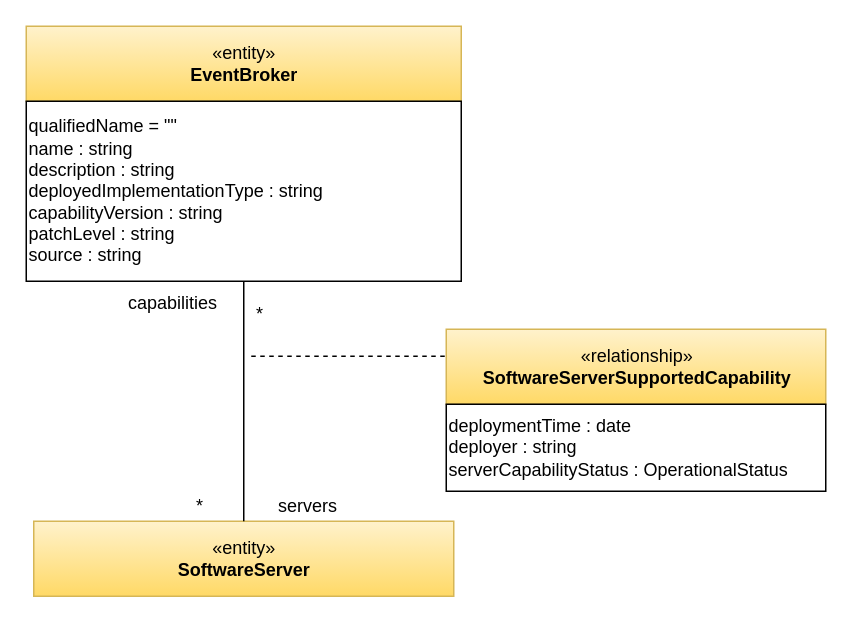
Earlier version of the draw.io diagram page "event-broker" (15 of 16) of site/docs/services/omas/it-infrastructure/it-infrastructure-omas.drawio (odpi/egeria-docs). Source tidied: cells renumbered, new cells numbered last; positions are measured from the earlier drawing's top-left corner, leaving out a move shared by most shapes. Both pictures are drawn from the tidied source at 150%, with x=0, y=0 at pixel (26, 26).
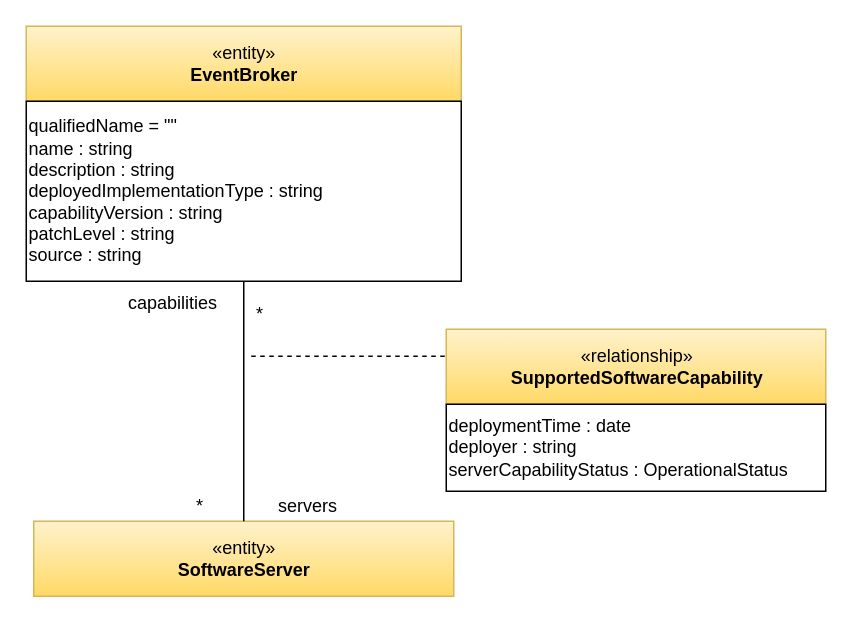
The same page after the edit.

What changed in the source:
```diff
@@
 <mxGraphModel>
   <root>
     <mxCell id="0" />
     <mxCell id="1" parent="0" />
     <mxCell id="2" value="«entity»&lt;br&gt;&lt;b&gt;EventBroker&lt;/b&gt;" style="html=1;strokeColor=#d6b656;align=center;fillColor=#fff2cc;gradientColor=#ffd966;" parent="1" vertex="1">
       <mxGeometry width="290" height="50" as="geometry" />
     </mxCell>
     <mxCell id="3" value="qualifiedName = &quot;&quot;&lt;br&gt;name : string&lt;br&gt;description : string&lt;br&gt;deployedImplementationType : string&lt;br&gt;capabilityVersion : string&lt;br&gt;patchLevel : string&lt;br&gt;source : string" style="rounded=0;whiteSpace=wrap;html=1;strokeColor=#000000;gradientColor=#ffffff;align=left;" parent="1" vertex="1">
       <mxGeometry y="50" width="290" height="120" as="geometry" />
     </mxCell>
     <mxCell id="4" value="«entity»&lt;br&gt;&lt;b&gt;SoftwareServer&lt;/b&gt;" style="html=1;strokeColor=#d6b656;align=center;fillColor=#fff2cc;gradientColor=#ffd966;" parent="1" vertex="1">
       <mxGeometry x="5" y="330" width="280" height="50" as="geometry" />
     </mxCell>
     <mxCell id="5" style="endArrow=none;html=1;exitX=0.5;exitY=1;exitDx=0;exitDy=0;" parent="1" edge="1" source="3" target="4">
       <mxGeometry relative="1" as="geometry" />
     </mxCell>
-    <mxCell id="6" value="«relationship»&lt;br&gt;&lt;b&gt;SoftwareServerSupportedCapability&lt;/b&gt;" style="html=1;strokeColor=#d6b656;align=center;fillColor=#fff2cc;gradientColor=#ffd966;" parent="1" vertex="1">
+    <mxCell id="6" value="«relationship»&lt;br&gt;&lt;b&gt;SupportedSoftwareCapability&lt;/b&gt;" style="html=1;strokeColor=#d6b656;align=center;fillColor=#fff2cc;gradientColor=#ffd966;" parent="1" vertex="1">
       <mxGeometry x="280" y="202" width="253" height="50" as="geometry" />
     </mxCell>
     <mxCell id="7" style="endArrow=none;dashed=1;html=1;entryX=0;entryY=0.36;entryDx=0;entryDy=0;entryPerimeter=0;" parent="1" edge="1" target="6">
       <mxGeometry relative="1" as="geometry">
         <mxPoint x="150" y="220" as="sourcePoint" />
       </mxGeometry>
     </mxCell>
     <mxCell id="8" value="*" style="text;html=1;strokeColor=none;fillColor=none;align=center;verticalAlign=middle;whiteSpace=wrap;rounded=0;" parent="1" vertex="1">
       <mxGeometry x="96" y="310" width="40" height="20" as="geometry" />
     </mxCell>
     <mxCell id="9" value="*" style="text;html=1;strokeColor=none;fillColor=none;align=center;verticalAlign=middle;whiteSpace=wrap;rounded=0;" parent="1" vertex="1">
       <mxGeometry x="136" y="182" width="40" height="20" as="geometry" />
     </mxCell>
     <mxCell id="10" value="servers" style="text;html=1;strokeColor=none;fillColor=none;align=center;verticalAlign=middle;whiteSpace=wrap;rounded=0;" parent="1" vertex="1">
       <mxGeometry x="150" y="310" width="76" height="20" as="geometry" />
     </mxCell>
     <mxCell id="11" value="capabilities" style="text;html=1;strokeColor=none;fillColor=none;align=center;verticalAlign=middle;whiteSpace=wrap;rounded=0;" parent="1" vertex="1">
       <mxGeometry x="60" y="175" width="76" height="20" as="geometry" />
     </mxCell>
     <mxCell id="12" value="deploymentTime : date&lt;br&gt;deployer : string&lt;br&gt;serverCapabilityStatus : OperationalStatus&lt;br&gt;" style="rounded=0;whiteSpace=wrap;html=1;strokeColor=#000000;gradientColor=#ffffff;align=left;" parent="1" vertex="1">
       <mxGeometry x="280" y="252" width="253" height="58" as="geometry" />
     </mxCell>
   </root>
 </mxGraphModel>
```
